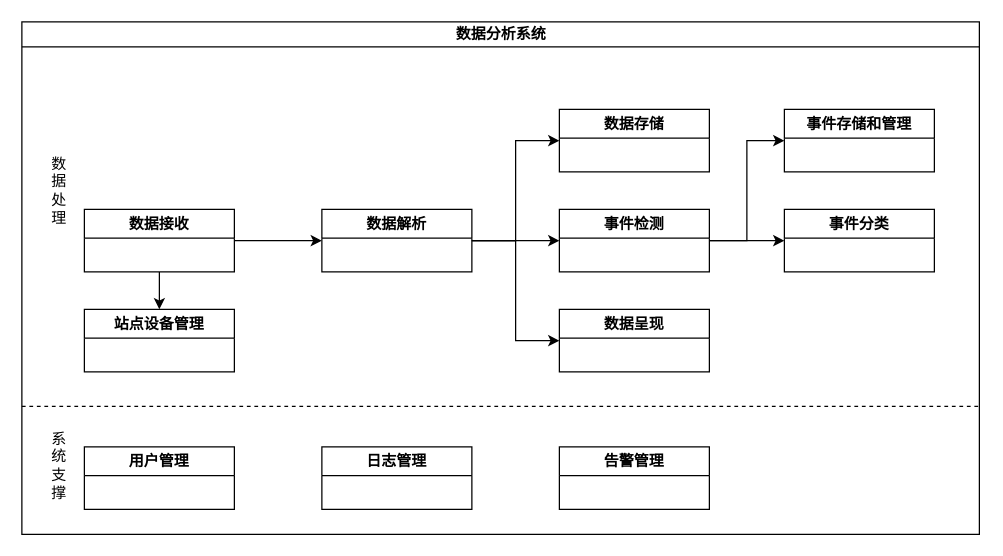
The draw.io diagram 管理系统/未命名绘图.drawio in Diend-7/-, before the edit. Source tidied: cells renumbered, new cells numbered last; positions are measured from the earlier drawing's top-left corner, leaving out a move shared by most shapes. Both pictures are drawn from the tidied source at 125%, with x=0, y=0 at pixel (21, 21).
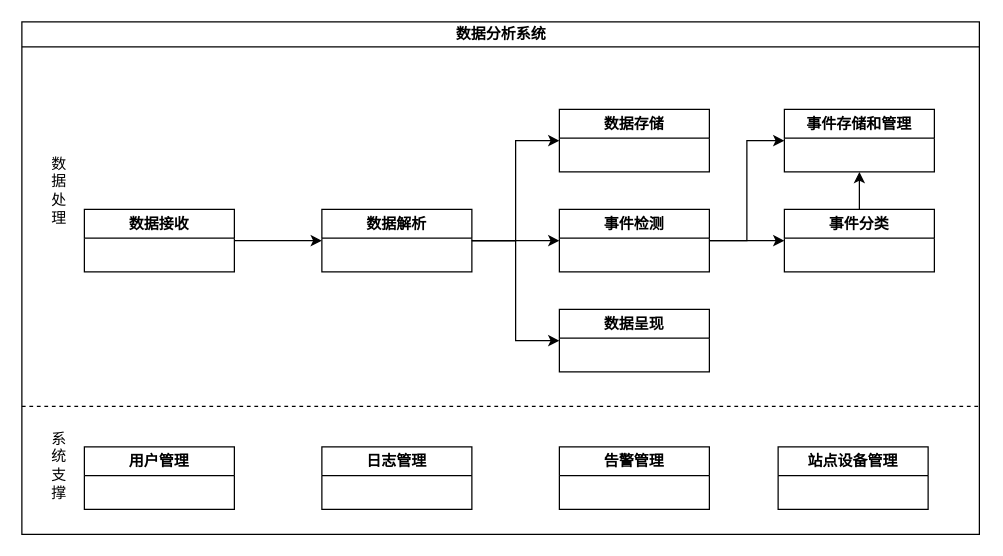
The same diagram, later.

Commit message (it also covers changes not shown here):
更新未命名绘图.drawio

Unchanged cells that the change refers to:
```xml
<mxCell id="2" value="数据分析系统" style="swimlane;html=1;startSize=20;horizontal=1;containerType=tree;glass=0;" parent="1" vertex="1">
  <mxGeometry width="766" height="410" as="geometry" />
</mxCell>
<mxCell id="5" value="数据接收" style="swimlane;whiteSpace=wrap;html=1;" parent="2" vertex="1">
  <mxGeometry x="50" y="150" width="120" height="50" as="geometry" />
</mxCell>
<mxCell id="14" value="事件分类" style="swimlane;whiteSpace=wrap;html=1;" parent="2" vertex="1">
  <mxGeometry x="610" y="150" width="120" height="50" as="geometry" />
</mxCell>
<mxCell id="16" value="事件存储和管理" style="swimlane;whiteSpace=wrap;html=1;" parent="2" vertex="1">
  <mxGeometry x="610" y="70" width="120" height="50" as="geometry" />
</mxCell>
```

What changed in the source:
```diff
@@
-    <mxCell id="3" style="edgeStyle=orthogonalEdgeStyle;rounded=0;jettySize=auto;html=1;entryX=0.5;entryY=0;entryDx=0;entryDy=0;" parent="2" edge="1" source="5" target="17">
-      <mxGeometry relative="1" as="geometry" />
-    </mxCell>
@@
+    <mxCell id="24" style="edgeStyle=orthogonalEdgeStyle;rounded=0;jettySize=auto;html=1;entryX=0.5;entryY=1;entryDx=0;entryDy=0;" parent="2" edge="1" source="14" target="16">
+      <mxGeometry relative="1" as="geometry" />
+    </mxCell>
@@
-    <mxCell id="17" value="站点设备管理" style="swimlane;whiteSpace=wrap;html=1;" parent="2" vertex="1">
-      <mxGeometry x="50" y="230" width="120" height="50" as="geometry" />
-    </mxCell>
@@
+    <mxCell id="17" value="站点设备管理" style="swimlane;whiteSpace=wrap;html=1;" parent="2" vertex="1">
+      <mxGeometry x="605" y="340" width="120" height="50" as="geometry" />
+    </mxCell>
```
